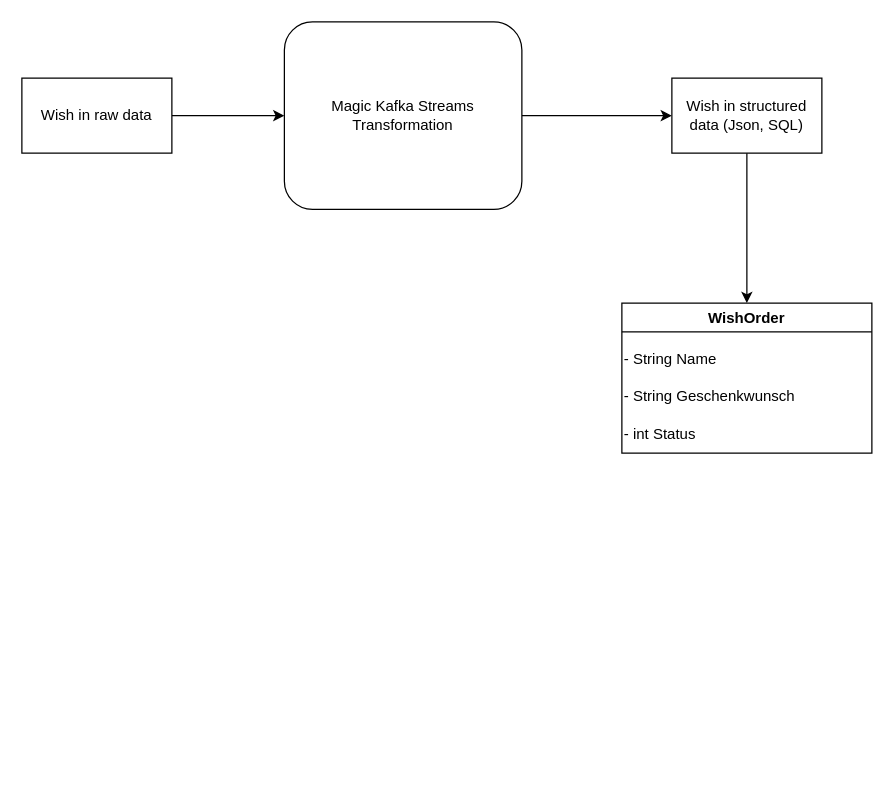
MightySarabor/XMasWishes keeps this draw.io diagram as Unbenanntes Diagramm.drawio. Above is the earlier version. Source tidied: cells renumbered, new cells numbered last; positions are measured from the earlier drawing's top-left corner, leaving out a move shared by most shapes. Both pictures are drawn from the tidied source at 125%, with x=0, y=0 at pixel (21, 21).
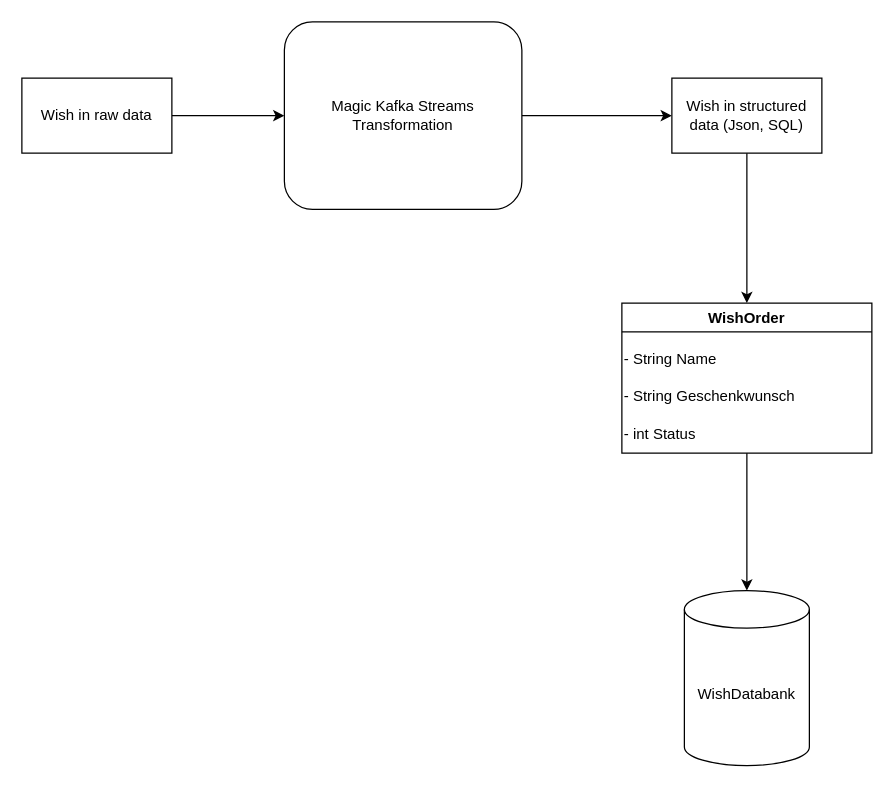
The same diagram, later.

What changed in the source:
```diff
@@
 <mxGraphModel>
   <root>
     <mxCell id="0" />
     <mxCell id="1" parent="0" />
+    <mxCell id="12" style="edgeStyle=orthogonalEdgeStyle;rounded=0;jettySize=auto;html=1;" parent="1" edge="1" source="2" target="13">
+      <mxGeometry relative="1" as="geometry">
+        <Array as="points">
+          <mxPoint x="580" y="435" />
+          <mxPoint x="580" y="435" />
+        </Array>
+      </mxGeometry>
+    </mxCell>
     <mxCell id="2" value="WishOrder" style="swimlane;whiteSpace=wrap;html=1;" parent="1" vertex="1">
       <mxGeometry x="480" y="225" width="200" height="120" as="geometry" />
     </mxCell>
     <mxCell id="3" value="- String Name" style="text;html=1;align=left;verticalAlign=middle;strokeColor=none;fillColor=none;" parent="2" vertex="1">
       <mxGeometry y="30" width="100" height="30" as="geometry" />
     </mxCell>
     <mxCell id="4" value="- String Geschenkwunsch" style="text;html=1;align=left;verticalAlign=middle;strokeColor=none;fillColor=none;" parent="2" vertex="1">
       <mxGeometry y="60" width="160" height="30" as="geometry" />
     </mxCell>
     <mxCell id="5" value="- int Status" style="text;html=1;align=left;verticalAlign=middle;strokeColor=none;fillColor=none;" parent="2" vertex="1">
       <mxGeometry y="90" width="80" height="30" as="geometry" />
     </mxCell>
     <mxCell id="6" style="edgeStyle=orthogonalEdgeStyle;rounded=0;jettySize=auto;html=1;" parent="1" edge="1" source="7" target="9">
       <mxGeometry relative="1" as="geometry" />
     </mxCell>
     <mxCell id="7" value="Wish in raw data" style="rounded=0;whiteSpace=wrap;html=1;" parent="1" vertex="1">
       <mxGeometry y="45" width="120" height="60" as="geometry" />
     </mxCell>
     <mxCell id="8" style="edgeStyle=orthogonalEdgeStyle;rounded=0;jettySize=auto;html=1;entryX=0;entryY=0.5;entryDx=0;entryDy=0;" parent="1" edge="1" source="9" target="11">
       <mxGeometry relative="1" as="geometry" />
     </mxCell>
     <mxCell id="9" value="Magic Kafka Streams Transformation" style="rounded=1;whiteSpace=wrap;html=1;" parent="1" vertex="1">
       <mxGeometry x="210" width="190" height="150" as="geometry" />
     </mxCell>
     <mxCell id="10" style="edgeStyle=orthogonalEdgeStyle;rounded=0;jettySize=auto;html=1;" parent="1" edge="1" source="11" target="2">
       <mxGeometry relative="1" as="geometry" />
     </mxCell>
     <mxCell id="11" value="Wish in structured data (Json, SQL)" style="rounded=0;whiteSpace=wrap;html=1;" parent="1" vertex="1">
       <mxGeometry x="520" y="45" width="120" height="60" as="geometry" />
     </mxCell>
+    <mxCell id="13" value="WishDatabank" style="shape=cylinder3;whiteSpace=wrap;html=1;boundedLbl=1;backgroundOutline=1;size=15;" parent="1" vertex="1">
+      <mxGeometry x="530" y="455" width="100" height="140" as="geometry" />
+    </mxCell>
   </root>
 </mxGraphModel>
```
